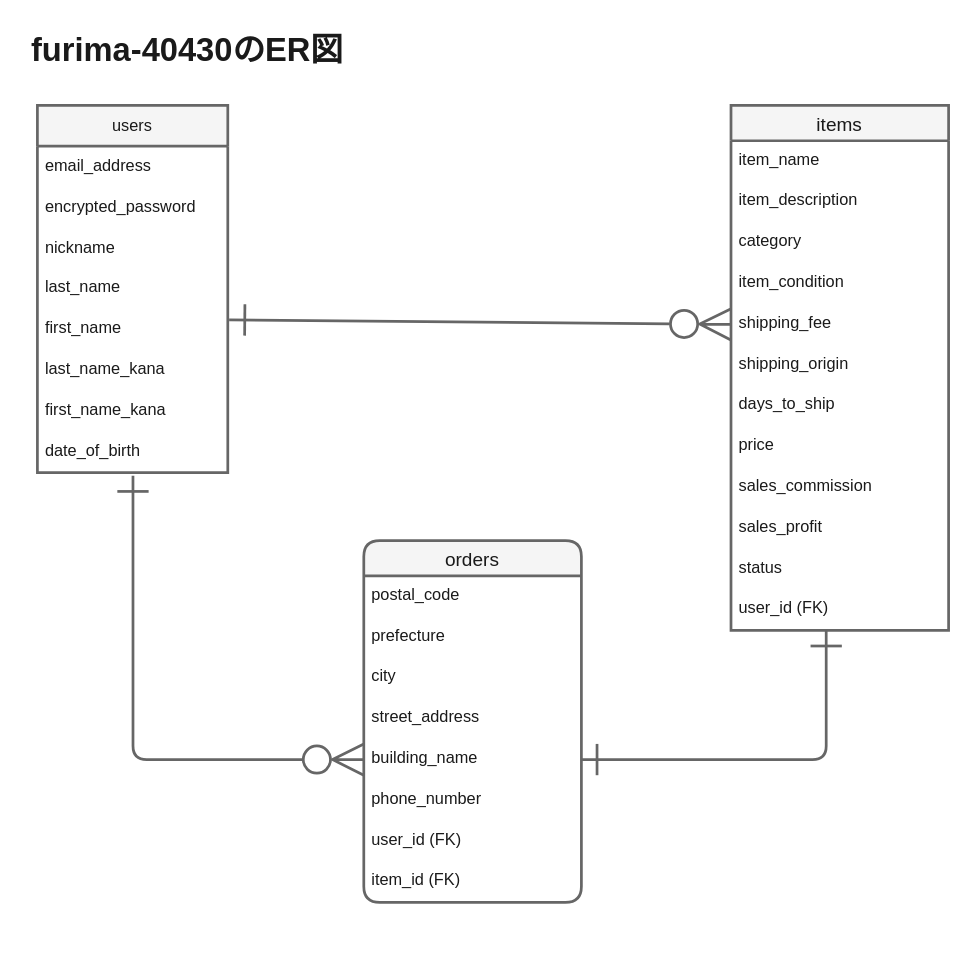
Above: er_diagram.dio in apricona/furima-40430 (draw.io), before the change. Source tidied: cells renumbered, new cells numbered last; positions are measured from the earlier drawing's top-left corner, leaving out a move shared by most shapes. Both pictures are drawn from the tidied source at 136%, with x=0, y=0 at pixel (23, 23).
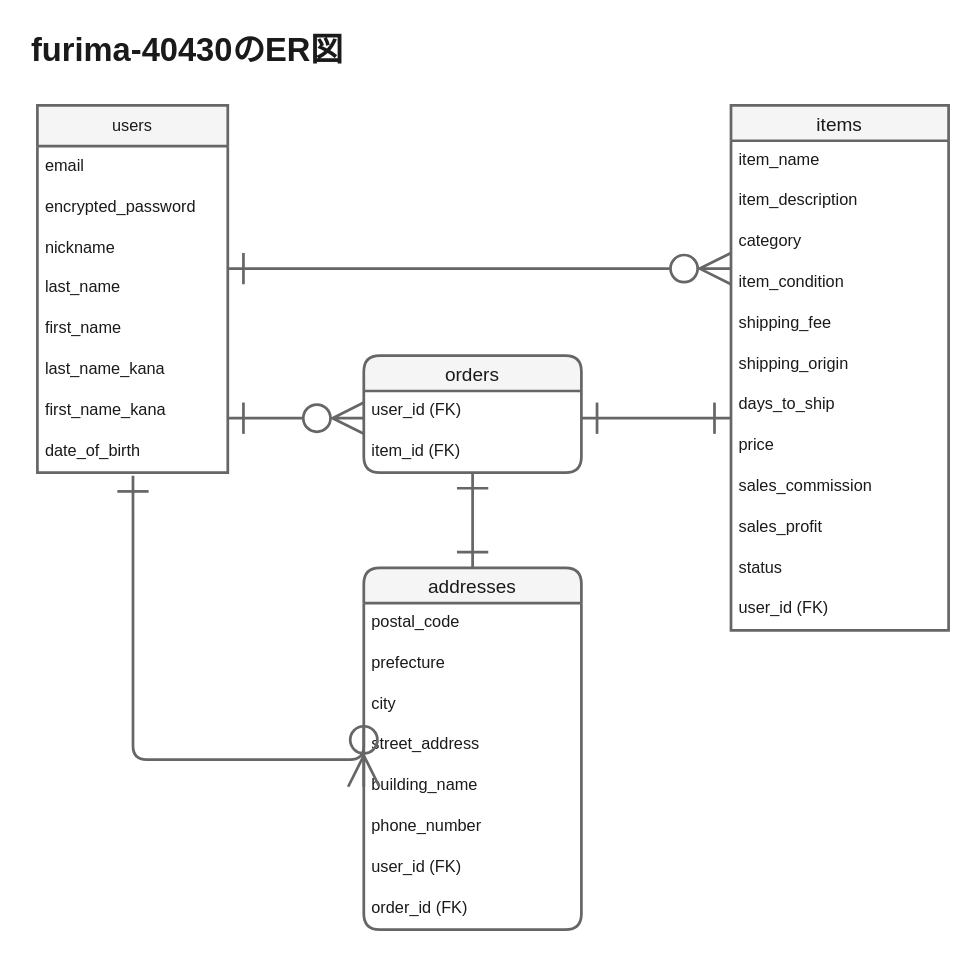
The same page after the edit.

Commit message (it also covers changes not shown here):
ER図,README修正②テーブル追加

Unchanged cells that the change refers to:
```xml
<mxCell id="2" value="users" style="swimlane;fontStyle=0;horizontal=1;startSize=30;whiteSpace=wrap;html=1;fillColor=#f5f5f5;strokeColor=#666666;fontColor=#1A1A1A;strokeWidth=2;" parent="1" vertex="1">
  <mxGeometry x="10" y="60" width="140" height="270" as="geometry" />
</mxCell>
<mxCell id="5" value="nickname" style="text;strokeColor=none;fillColor=none;align=left;verticalAlign=middle;spacingLeft=4;spacingRight=4;overflow=hidden;points=[[0,0.5],[1,0.5]];portConstraint=eastwest;whiteSpace=wrap;html=1;fontColor=#1A1A1A;" parent="2" vertex="1">
  <mxGeometry y="90" width="140" height="30" as="geometry" />
</mxCell>
<mxCell id="7" value="first_name" style="text;strokeColor=none;fillColor=none;spacingLeft=4;spacingRight=4;overflow=hidden;points=[[0,0.5],[1,0.5]];portConstraint=eastwest;fontSize=12;fontColor=#1A1A1A;" parent="2" vertex="1">
  <mxGeometry y="150" width="140" height="30" as="geometry" />
</mxCell>
<mxCell id="16" value="shipping_fee" style="text;strokeColor=none;fillColor=none;spacingLeft=4;spacingRight=4;overflow=hidden;points=[[0,0.5],[1,0.5]];portConstraint=eastwest;fontSize=12;fontColor=#1A1A1A;" parent="11" vertex="1">
  <mxGeometry y="146" width="160" height="30" as="geometry" />
</mxCell>
<mxCell id="18" value="days_to_ship" style="text;strokeColor=none;fillColor=none;spacingLeft=4;spacingRight=4;overflow=hidden;points=[[0,0.5],[1,0.5]];portConstraint=eastwest;fontSize=12;fontColor=#1A1A1A;" parent="11" vertex="1">
  <mxGeometry y="206" width="160" height="30" as="geometry" />
</mxCell>
<mxCell id="23" value="user_id (FK)&#10;" style="text;strokeColor=none;fillColor=none;spacingLeft=4;spacingRight=4;overflow=hidden;points=[[0,0.5],[1,0.5]];portConstraint=eastwest;fontSize=12;fontColor=#1A1A1A;" parent="11" vertex="1">
  <mxGeometry y="356" width="160" height="30" as="geometry" />
</mxCell>
<mxCell id="29" value="building_name" style="text;strokeColor=none;fillColor=none;spacingLeft=4;spacingRight=4;overflow=hidden;points=[[0,0.5],[1,0.5]];portConstraint=eastwest;fontSize=12;fontColor=#1A1A1A;" parent="24" vertex="1">
  <mxGeometry y="146" width="160" height="30" as="geometry" />
</mxCell>
```

Change to the diagram source:
```diff
@@
-    <mxCell id="3" value="email_address" style="text;strokeColor=none;fillColor=none;align=left;verticalAlign=middle;spacingLeft=4;spacingRight=4;overflow=hidden;whiteSpace=wrap;html=1;fontColor=#1A1A1A;" parent="2" vertex="1">
+    <mxCell id="3" value="email" style="text;strokeColor=none;fillColor=none;align=left;verticalAlign=middle;spacingLeft=4;spacingRight=4;overflow=hidden;whiteSpace=wrap;html=1;fontColor=#1A1A1A;" parent="2" vertex="1">
       <mxGeometry y="30" width="140" height="30" as="geometry" />
     </mxCell>
@@
-    <mxCell id="24" value="orders" style="swimlane;fontStyle=0;horizontal=1;startSize=26;align=center;fontSize=14;rounded=1;fillColor=#f5f5f5;fontColor=#1A1A1A;strokeColor=#666666;strokeWidth=2;" parent="1" vertex="1">
-      <mxGeometry x="250" y="380" width="160" height="266" as="geometry" />
+    <mxCell id="24" value="addresses" style="swimlane;fontStyle=0;horizontal=1;startSize=26;align=center;fontSize=14;rounded=1;fillColor=#f5f5f5;fontColor=#1A1A1A;strokeColor=#666666;strokeWidth=2;" parent="1" vertex="1">
+      <mxGeometry x="250" y="400" width="160" height="266" as="geometry" />
     </mxCell>
@@
-    <mxCell id="32" value="item_id (FK)" style="text;strokeColor=none;fillColor=none;spacingLeft=4;spacingRight=4;overflow=hidden;fontSize=12;fontColor=#1A1A1A;" parent="24" vertex="1">
+    <mxCell id="32" value="order_id (FK)" style="text;strokeColor=none;fillColor=none;spacingLeft=4;spacingRight=4;overflow=hidden;fontSize=12;fontColor=#1A1A1A;" parent="24" vertex="1">
       <mxGeometry y="236" width="160" height="30" as="geometry" />
     </mxCell>
-    <mxCell id="33" style="edgeStyle=none;html=1;exitX=1.007;exitY=0.256;exitDx=0;exitDy=0;endArrow=ERzeroToMany;endFill=0;jumpSize=6;startArrow=ERone;startFill=0;strokeWidth=2;endSize=20;startSize=20;fontColor=#1A1A1A;strokeColor=#666666;entryX=0;entryY=0.5;entryDx=0;entryDy=0;exitPerimeter=0;" parent="1" edge="1" source="7" target="16">
-      <mxGeometry relative="1" as="geometry" />
+    <mxCell id="33" style="edgeStyle=none;html=1;exitX=1;exitY=1;exitDx=0;exitDy=0;endArrow=ERzeroToMany;endFill=0;jumpSize=6;startArrow=ERone;startFill=0;strokeWidth=2;endSize=20;startSize=20;fontColor=#1A1A1A;strokeColor=#666666;exitPerimeter=0;" parent="1" edge="1" source="5">
+      <mxGeometry relative="1" as="geometry">
+        <mxPoint x="520" y="180" as="targetPoint" />
+      </mxGeometry>
     </mxCell>
-    <mxCell id="34" style="edgeStyle=orthogonalEdgeStyle;jumpSize=6;html=1;exitX=1;exitY=0.5;exitDx=0;exitDy=0;strokeWidth=2;startArrow=ERone;startFill=0;endArrow=ERone;endFill=0;startSize=20;endSize=20;fontColor=#1A1A1A;strokeColor=#666666;" parent="1" edge="1" source="29" target="23">
-      <mxGeometry relative="1" as="geometry">
-        <Array as="points">
-          <mxPoint x="590" y="541" />
-        </Array>
-      </mxGeometry>
-    </mxCell>
@@
+    <mxCell id="37" value="orders" style="swimlane;fontStyle=0;horizontal=1;startSize=26;align=center;fontSize=14;rounded=1;fillColor=#f5f5f5;fontColor=#1A1A1A;strokeColor=#666666;strokeWidth=2;" parent="1" vertex="1">
+      <mxGeometry x="250" y="244" width="160" height="86" as="geometry" />
+    </mxCell>
+    <mxCell id="38" value="user_id (FK)" style="text;strokeColor=none;fillColor=none;spacingLeft=4;spacingRight=4;overflow=hidden;points=[[0,0.5],[1,0.5]];portConstraint=eastwest;fontSize=12;fontColor=#1A1A1A;" parent="37" vertex="1">
+      <mxGeometry y="26" width="160" height="30" as="geometry" />
+    </mxCell>
+    <mxCell id="39" value="item_id (FK)" style="text;strokeColor=none;fillColor=none;spacingLeft=4;spacingRight=4;overflow=hidden;fontSize=12;fontColor=#1A1A1A;" parent="37" vertex="1">
+      <mxGeometry y="56" width="160" height="30" as="geometry" />
+    </mxCell>
+    <mxCell id="40" style="edgeStyle=none;hachureGap=4;html=1;exitX=1;exitY=0.667;exitDx=0;exitDy=0;fontFamily=Architects Daughter;fontSize=16;exitPerimeter=0;strokeColor=#666666;endArrow=ERone;endFill=0;strokeWidth=2;startArrow=ERone;startFill=0;entryX=-0.004;entryY=0.8;entryDx=0;entryDy=0;entryPerimeter=0;endSize=20;startSize=20;" parent="1" edge="1" source="38" target="18">
+      <mxGeometry relative="1" as="geometry" />
+    </mxCell>
+    <mxCell id="41" style="edgeStyle=none;sketch=0;hachureGap=4;jiggle=2;curveFitting=1;html=1;strokeColor=#666666;strokeWidth=2;fontFamily=Architects Daughter;fontSize=16;startArrow=ERone;startFill=0;endArrow=ERzeroToMany;endFill=0;startSize=20;endSize=20;" parent="1" edge="1">
+      <mxGeometry relative="1" as="geometry">
+        <mxPoint x="150" y="290" as="sourcePoint" />
+        <mxPoint x="250" y="290" as="targetPoint" />
+      </mxGeometry>
+    </mxCell>
+    <mxCell id="42" style="sketch=0;hachureGap=4;jiggle=2;curveFitting=1;html=1;entryX=0.5;entryY=1;entryDx=0;entryDy=0;strokeColor=#666666;strokeWidth=2;fontFamily=Architects Daughter;fontSize=16;startArrow=ERone;startFill=0;endArrow=ERone;endFill=0;startSize=20;endSize=20;exitX=0.5;exitY=0;exitDx=0;exitDy=0;" parent="1" edge="1" source="24" target="37">
+      <mxGeometry relative="1" as="geometry" />
+    </mxCell>
```
